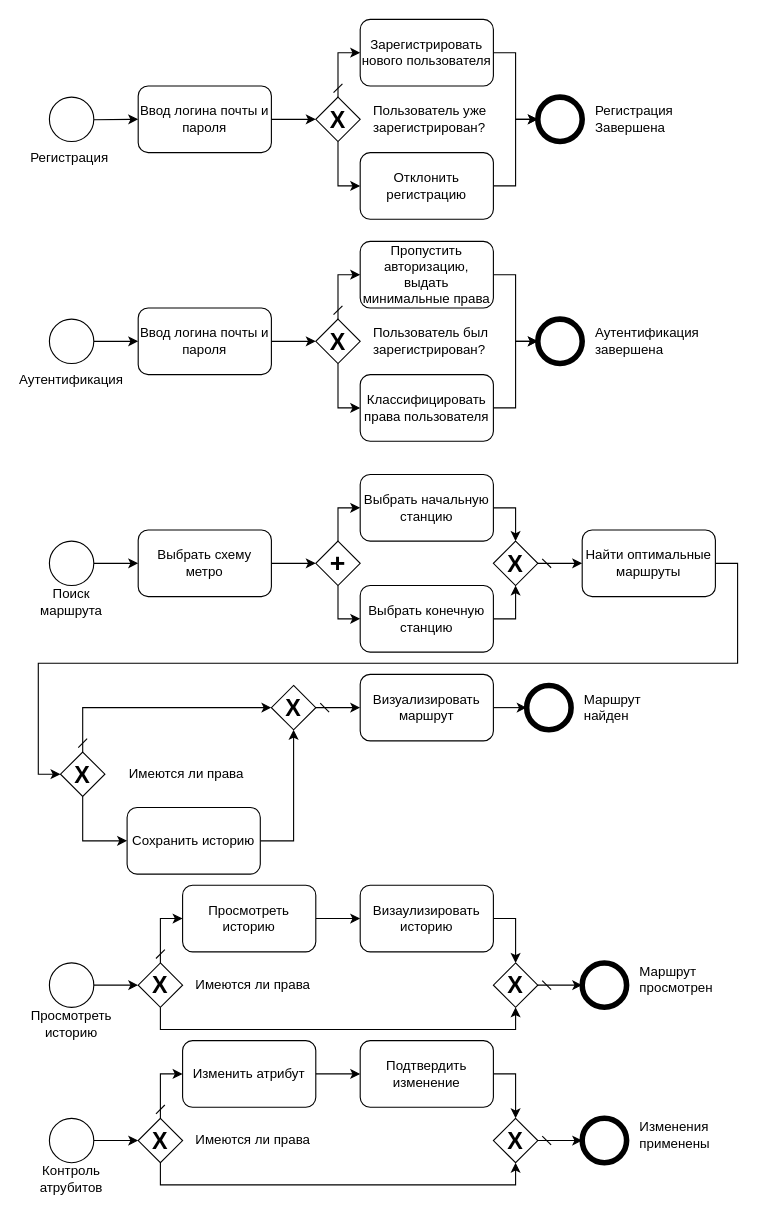
This is charts/BPMN.drawio from Mihyich/PPO, a draw.io file, before an edit. Source tidied: cells renumbered, new cells numbered last; positions are measured from the earlier drawing's top-left corner, leaving out a move shared by most shapes. Both pictures are drawn from the tidied source at 111%, with x=0, y=0 at pixel (38, 19).
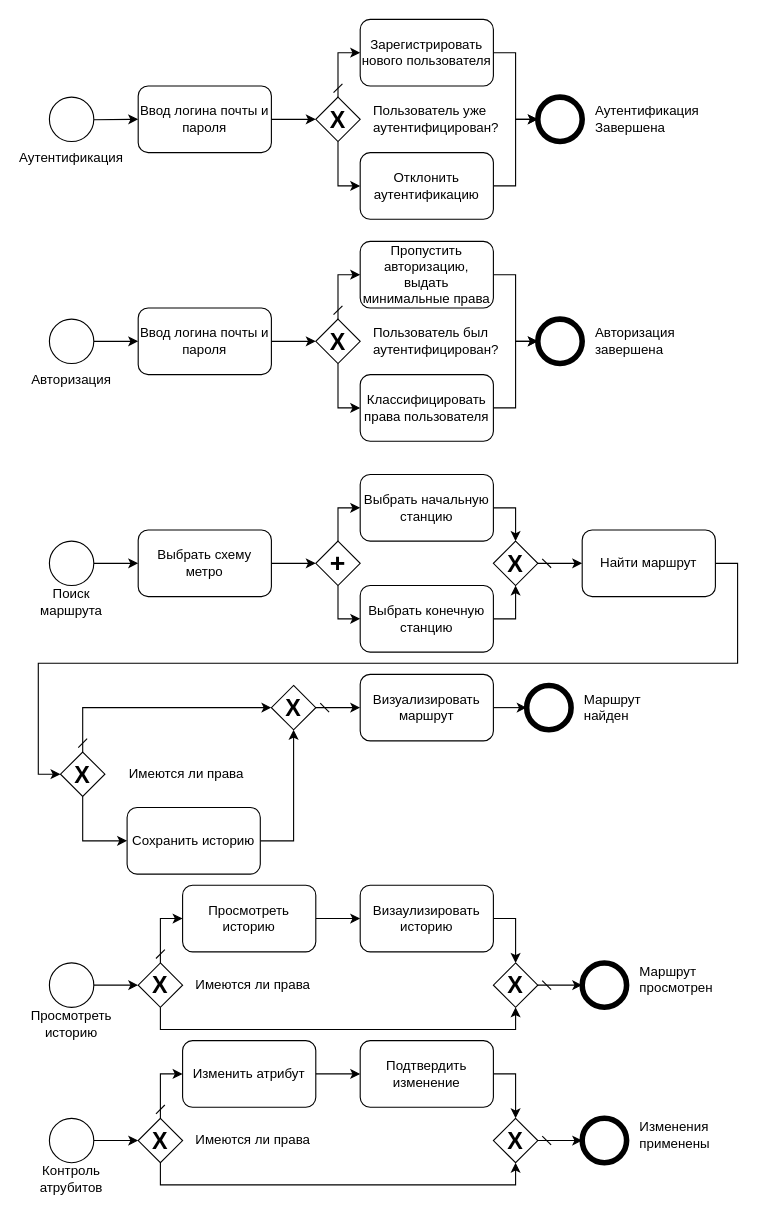
The same diagram, later.

The edit, as a diff of the source:
```diff
@@
-    <mxCell id="4" value="Аутентификация" style="text;html=1;align=center;verticalAlign=middle;whiteSpace=wrap;rounded=0;" parent="1" vertex="1">
+    <mxCell id="4" value="Авторизация" style="text;html=1;align=center;verticalAlign=middle;whiteSpace=wrap;rounded=0;" parent="1" vertex="1">
       <mxGeometry y="310" width="60" height="30" as="geometry" />
     </mxCell>
@@
-    <mxCell id="10" value="Пользователь был зарегистрирован?" style="text;html=1;align=left;verticalAlign=middle;whiteSpace=wrap;rounded=0;" parent="1" vertex="1">
+    <mxCell id="10" value="Пользователь был аутентифицирован?" style="text;html=1;align=left;verticalAlign=middle;whiteSpace=wrap;rounded=0;" parent="1" vertex="1">
       <mxGeometry x="300" y="270" width="120" height="40" as="geometry" />
     </mxCell>
@@
-    <mxCell id="18" value="Регистрация&amp;nbsp;" style="text;html=1;align=center;verticalAlign=middle;whiteSpace=wrap;rounded=0;" parent="1" vertex="1">
+    <mxCell id="18" value="Аутентификация" style="text;html=1;align=center;verticalAlign=middle;whiteSpace=wrap;rounded=0;" parent="1" vertex="1">
       <mxGeometry y="110" width="60" height="30" as="geometry" />
     </mxCell>
@@
-    <mxCell id="24" value="Пользователь уже зарегистрирован?" style="text;html=1;align=left;verticalAlign=middle;whiteSpace=wrap;rounded=0;" parent="1" vertex="1">
+    <mxCell id="24" value="Пользователь уже аутентифицирован?" style="text;html=1;align=left;verticalAlign=middle;whiteSpace=wrap;rounded=0;" parent="1" vertex="1">
       <mxGeometry x="300" y="70" width="120" height="40" as="geometry" />
     </mxCell>
@@
-    <mxCell id="26" value="Отклонить регистрацию" style="rounded=1;whiteSpace=wrap;html=1;" parent="1" vertex="1">
+    <mxCell id="26" value="Отклонить аутентификацию" style="rounded=1;whiteSpace=wrap;html=1;" parent="1" vertex="1">
       <mxGeometry x="290" y="120" width="120" height="60" as="geometry" />
     </mxCell>
@@
-    <mxCell id="35" value="Регистрация&amp;nbsp;&lt;br&gt;Завершена" style="text;html=1;align=left;verticalAlign=middle;whiteSpace=wrap;rounded=0;" parent="1" vertex="1">
+    <mxCell id="35" value="Аутентификация&amp;nbsp;&lt;br&gt;Завершена" style="text;html=1;align=left;verticalAlign=middle;whiteSpace=wrap;rounded=0;" parent="1" vertex="1">
       <mxGeometry x="500" y="75" width="60" height="30" as="geometry" />
     </mxCell>
-    <mxCell id="36" value="Аутентификация завершена" style="text;html=1;align=left;verticalAlign=middle;whiteSpace=wrap;rounded=0;" parent="1" vertex="1">
+    <mxCell id="36" value="Авторизация завершена" style="text;html=1;align=left;verticalAlign=middle;whiteSpace=wrap;rounded=0;" parent="1" vertex="1">
       <mxGeometry x="500" y="275" width="60" height="30" as="geometry" />
     </mxCell>
@@
-    <mxCell id="47" value="Найти оптимальные маршруты" style="rounded=1;whiteSpace=wrap;html=1;" parent="1" vertex="1">
+    <mxCell id="47" value="Найти маршрут" style="rounded=1;whiteSpace=wrap;html=1;" parent="1" vertex="1">
       <mxGeometry x="490" y="460" width="120" height="60" as="geometry" />
     </mxCell>
```
